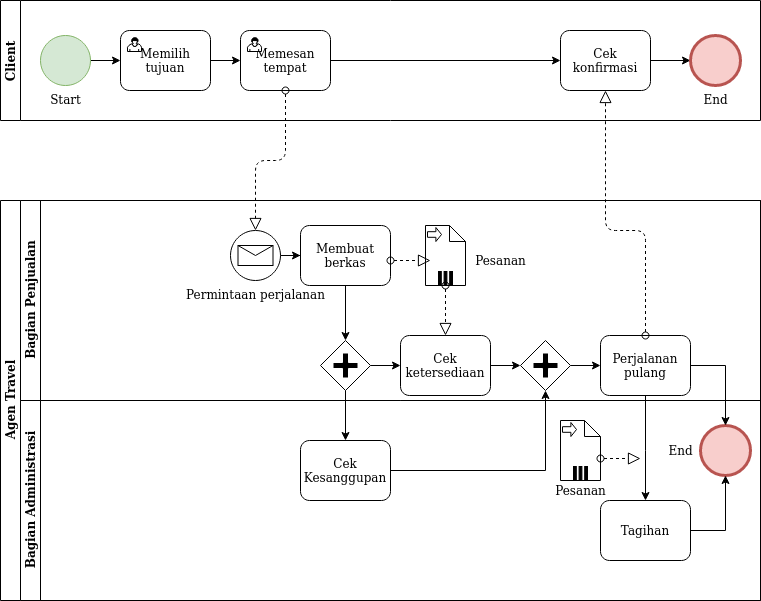
This is Tugas/BPMN.png from kucingtakucin/Proses-Bisnis-dan-SIM, a draw.io export, as it was before one commit. Source tidied: cells renumbered, new cells last; positions are measured from the earlier drawing's top-left corner, leaving out a move shared by most shapes.
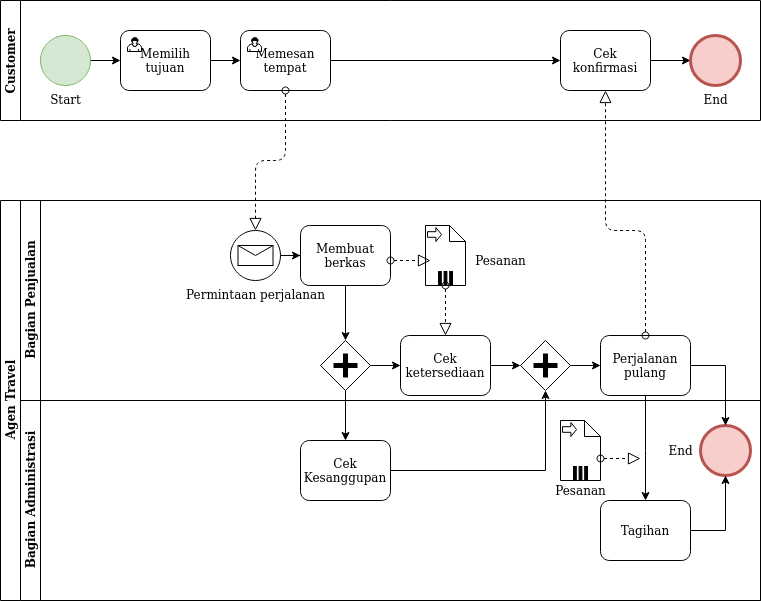
After the commit.

What changed in the source:
```diff
@@ -2,7 +2,7 @@
   <root>
     <mxCell id="0" />
     <mxCell id="1" parent="0" />
-    <mxCell id="2" value="Client" style="swimlane;startSize=20;horizontal=0;" parent="1" vertex="1">
+    <mxCell id="2" value="Customer" style="swimlane;startSize=20;horizontal=0;" parent="1" vertex="1">
       <mxGeometry width="760" height="120" as="geometry" />
     </mxCell>
     <mxCell id="3" style="edgeStyle=orthogonalEdgeStyle;rounded=0;jettySize=auto;html=1;" parent="2" edge="1" source="4" target="6">
```
